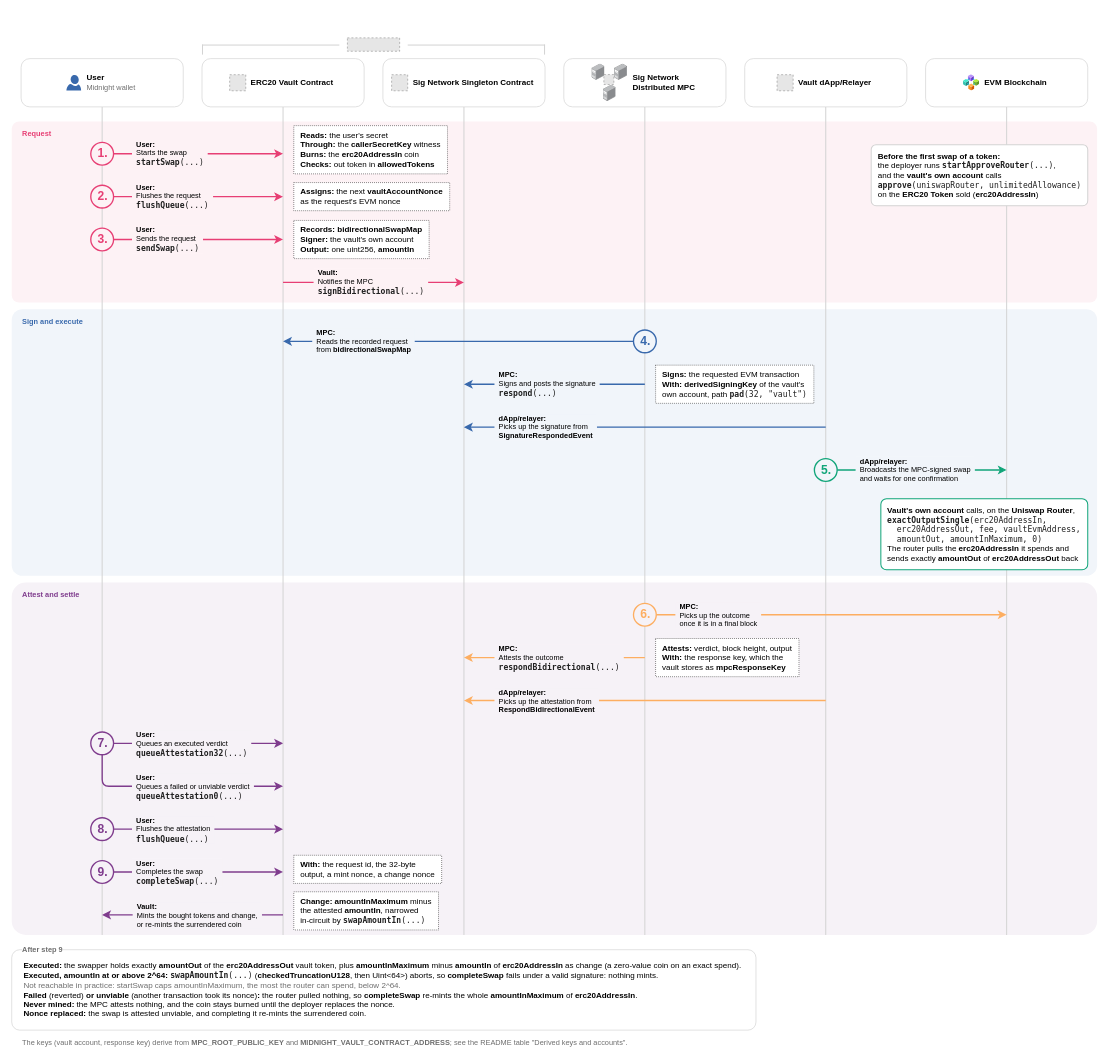
This is examples/erc20-vault/docs/swap/swap.drawio from sig-net/midnight-examples, a draw.io file, before an edit. Source tidied: cells renumbered, new cells numbered last; positions are measured from the earlier drawing's top-left corner, leaving out a move shared by most shapes. Both pictures are drawn from the tidied source at 67%, with x=0, y=0 at pixel (11, 38). Pictures stored in the file or linked from it are replaced by grey dashed boxes.
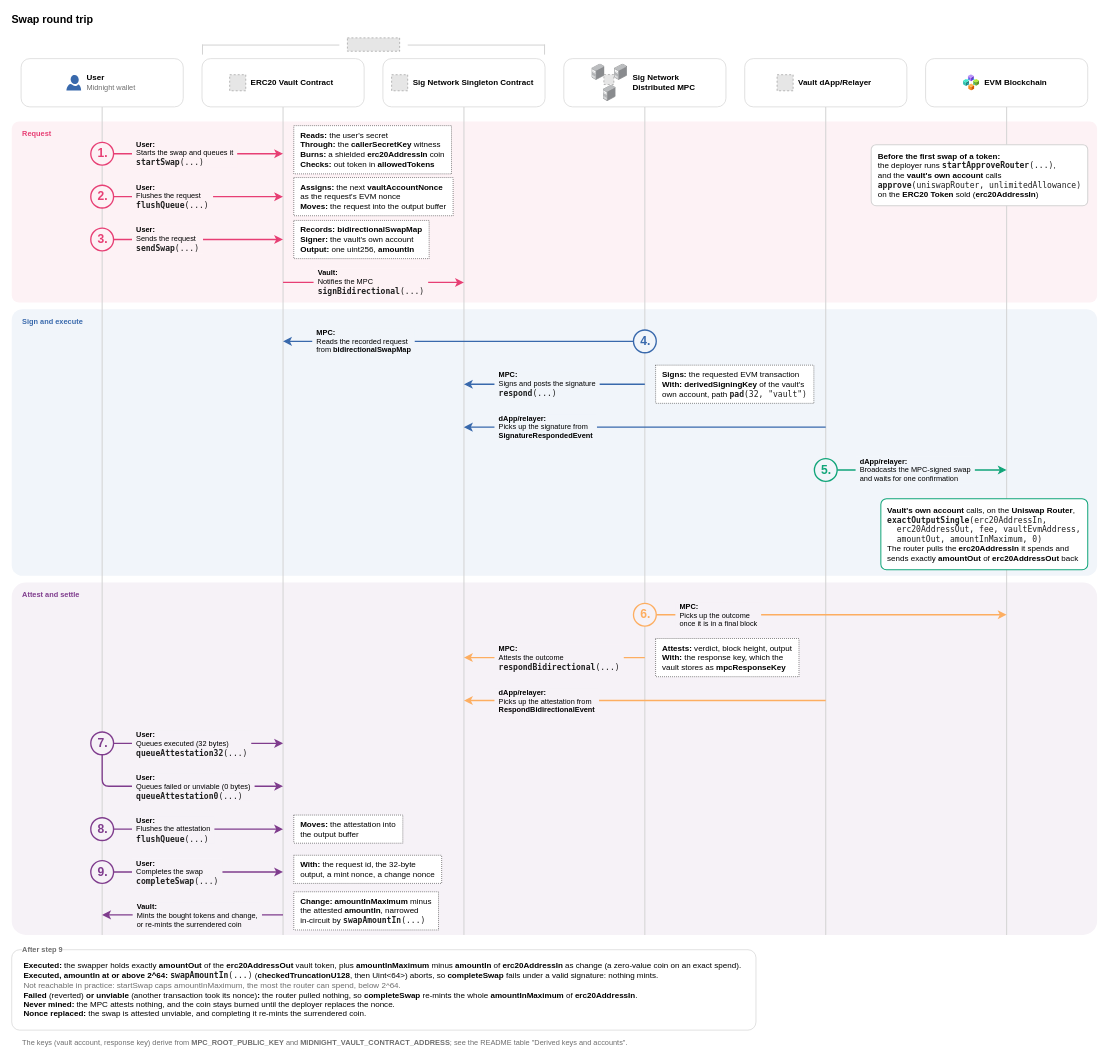
The same page after the edit.

Unchanged cells that the change refers to:
```xml
<mxCell id="51" style="exitX=1;exitY=0.50000;exitDx=0;exitDy=0;entryX=0.5;entryY=0.05663;entryDx=0;entryDy=0;html=1;strokeColor=#E73F74;rounded=1;arcSize=20;strokeWidth=2;exitPerimeter=0;entryPerimeter=0;endSize=7;" parent="1" edge="1" source="84" target="13">
  <mxGeometry relative="1" as="geometry" />
</mxCell>
<mxCell id="73" style="exitX=1;exitY=0.50000;exitDx=0;exitDy=0;entryX=0.5;entryY=0.76861;entryDx=0;entryDy=0;html=1;strokeColor=#7F3C8D;rounded=1;arcSize=20;strokeWidth=2;exitPerimeter=0;entryPerimeter=0;endSize=7;" parent="1" edge="1" source="91" target="13">
  <mxGeometry relative="1" as="geometry" />
</mxCell>
<mxCell id="75" style="exitX=0.5;exitY=1;exitDx=0;exitDy=0;entryX=0.5;entryY=0.82039;entryDx=0;entryDy=0;html=1;strokeColor=#7F3C8D;rounded=1;arcSize=20;strokeWidth=2;exitPerimeter=0;entryPerimeter=0;endSize=7;" parent="1" edge="1" source="91" target="13">
  <mxGeometry relative="1" as="geometry">
    <Array as="points">
      <mxPoint x="135" y="1117" />
    </Array>
  </mxGeometry>
</mxCell>
```

Change to the diagram source:
```diff
@@
+    <mxCell id="94" value="Swap round trip" style="text;html=1;fontStyle=1;fontSize=16;align=left;verticalAlign=middle;spacing=0;" parent="1" vertex="1">
+      <mxGeometry y="-39" width="129.7" height="24" as="geometry" />
+    </mxCell>
@@
-    <mxCell id="41" value="&lt;b&gt;Reads:&lt;/b&gt; the user's secret&lt;br&gt;&lt;b&gt;Through:&lt;/b&gt; the &lt;b&gt;callerSecretKey&lt;/b&gt; witness&lt;br&gt;&lt;b&gt;Burns:&lt;/b&gt; the &lt;b&gt;erc20AddressIn&lt;/b&gt; coin&lt;br&gt;&lt;b&gt;Checks:&lt;/b&gt; out token in &lt;b&gt;allowedTokens&lt;/b&gt;" style="text;whiteSpace=wrap;html=1;horizontal=1;verticalAlign=middle;align=left;spacing=0;spacingLeft=10;spacingRight=6;dashed=1;dashPattern=1 2;strokeColor=default;fillColor=#FFFFFF;" parent="1" vertex="1">
-      <mxGeometry x="421" y="131" width="229.4" height="72" as="geometry" />
-    </mxCell>
-    <mxCell id="42" value="&lt;b&gt;Assigns:&lt;/b&gt; the next &lt;b&gt;vaultAccountNonce&lt;/b&gt;&lt;br&gt;as the request's EVM nonce" style="text;whiteSpace=wrap;html=1;horizontal=1;verticalAlign=middle;align=left;spacing=0;spacingLeft=10;spacingRight=6;dashed=1;dashPattern=1 2;strokeColor=default;fillColor=#FFFFFF;" parent="1" vertex="1">
-      <mxGeometry x="421" y="216" width="232.7" height="42" as="geometry" />
-    </mxCell>
+    <mxCell id="95" value="&lt;b&gt;Reads:&lt;/b&gt; the user's secret&lt;br&gt;&lt;b&gt;Through:&lt;/b&gt; the &lt;b&gt;callerSecretKey&lt;/b&gt; witness&lt;br&gt;&lt;b&gt;Burns:&lt;/b&gt; a shielded &lt;b&gt;erc20AddressIn&lt;/b&gt; coin&lt;br&gt;&lt;b&gt;Checks:&lt;/b&gt; out token in &lt;b&gt;allowedTokens&lt;/b&gt;" style="text;whiteSpace=wrap;html=1;horizontal=1;verticalAlign=middle;align=left;spacing=0;spacingLeft=10;spacingRight=6;dashed=1;dashPattern=1 2;strokeColor=default;fillColor=#FFFFFF;" parent="1" vertex="1">
+      <mxGeometry x="421" y="131" width="235.4" height="72" as="geometry" />
+    </mxCell>
+    <mxCell id="96" value="&lt;b&gt;Assigns:&lt;/b&gt; the next &lt;b&gt;vaultAccountNonce&lt;/b&gt;&lt;br&gt;as the request's EVM nonce&lt;br&gt;&lt;b&gt;Moves:&lt;/b&gt; the request into the output buffer" style="text;whiteSpace=wrap;html=1;horizontal=1;verticalAlign=middle;align=left;spacing=0;spacingLeft=10;spacingRight=6;dashed=1;dashPattern=1 2;strokeColor=default;fillColor=#FFFFFF;" parent="1" vertex="1">
+      <mxGeometry x="421" y="208.5" width="237.8" height="57" as="geometry" />
+    </mxCell>
@@
+    <mxCell id="97" value="&lt;b&gt;Moves:&lt;/b&gt; the attestation into&lt;br&gt;the output buffer" style="text;whiteSpace=wrap;html=1;horizontal=1;verticalAlign=middle;align=left;spacing=0;spacingLeft=10;spacingRight=6;dashed=1;dashPattern=1 2;strokeColor=default;fillColor=#FFFFFF;" parent="1" vertex="1">
+      <mxGeometry x="421" y="1160" width="162.7" height="42" as="geometry" />
+    </mxCell>
@@
-    <mxCell id="52" value="&amp;nbsp;&amp;nbsp;&lt;b&gt;User:&lt;/b&gt;&amp;nbsp;&amp;nbsp;&lt;br&gt;&amp;nbsp;&amp;nbsp;Starts the swap&amp;nbsp;&amp;nbsp;&lt;br&gt;&amp;nbsp;&amp;nbsp;&lt;span style=&quot;font-family: Menlo, Monaco, 'Courier New', monospace; font-size: 12px; color: rgb(32, 32, 32);&quot;&gt;&lt;b&gt;startSwap&lt;/b&gt;(...)&lt;/span&gt;&amp;nbsp;&amp;nbsp;" style="edgeLabel;html=1;align=left;verticalAlign=middle;labelBackgroundColor=#FDF2F5;spacing=0;" parent="51" vertex="1">
+    <mxCell id="52" value="&amp;nbsp;&amp;nbsp;&lt;b&gt;User:&lt;/b&gt;&amp;nbsp;&amp;nbsp;&lt;br&gt;&amp;nbsp;&amp;nbsp;Starts the swap and queues it&amp;nbsp;&amp;nbsp;&lt;br&gt;&amp;nbsp;&amp;nbsp;&lt;span style=&quot;font-family: Menlo, Monaco, 'Courier New', monospace; font-size: 12px; color: rgb(32, 32, 32);&quot;&gt;&lt;b&gt;startSwap&lt;/b&gt;(...)&lt;/span&gt;&amp;nbsp;&amp;nbsp;" style="edgeLabel;html=1;align=left;verticalAlign=middle;labelBackgroundColor=#FDF2F5;spacing=0;" parent="51" vertex="1">
       <mxGeometry x="-0.78" relative="1" as="geometry" />
     </mxCell>
@@
-    <mxCell id="74" value="&amp;nbsp;&amp;nbsp;&lt;b&gt;User:&lt;/b&gt;&amp;nbsp;&amp;nbsp;&lt;br&gt;&amp;nbsp;&amp;nbsp;Queues an executed verdict&amp;nbsp;&amp;nbsp;&lt;br&gt;&amp;nbsp;&amp;nbsp;&lt;span style=&quot;font-family: Menlo, Monaco, 'Courier New', monospace; font-size: 12px; color: rgb(32, 32, 32);&quot;&gt;&lt;b&gt;queueAttestation32&lt;/b&gt;(...)&lt;/span&gt;&amp;nbsp;&amp;nbsp;" style="edgeLabel;html=1;align=left;verticalAlign=middle;labelBackgroundColor=#F6F2F7;spacing=0;" parent="73" vertex="1">
+    <mxCell id="74" value="&amp;nbsp;&amp;nbsp;&lt;b&gt;User:&lt;/b&gt;&amp;nbsp;&amp;nbsp;&lt;br&gt;&amp;nbsp;&amp;nbsp;Queues executed (32 bytes)&amp;nbsp;&amp;nbsp;&lt;br&gt;&amp;nbsp;&amp;nbsp;&lt;span style=&quot;font-family: Menlo, Monaco, 'Courier New', monospace; font-size: 12px; color: rgb(32, 32, 32);&quot;&gt;&lt;b&gt;queueAttestation32&lt;/b&gt;(...)&lt;/span&gt;&amp;nbsp;&amp;nbsp;" style="edgeLabel;html=1;align=left;verticalAlign=middle;labelBackgroundColor=#F6F2F7;spacing=0;" parent="73" vertex="1">
       <mxGeometry x="-0.78" relative="1" as="geometry" />
     </mxCell>
@@
-    <mxCell id="76" value="&amp;nbsp;&amp;nbsp;&lt;b&gt;User:&lt;/b&gt;&amp;nbsp;&amp;nbsp;&lt;br&gt;&amp;nbsp;&amp;nbsp;Queues a failed or unviable verdict&amp;nbsp;&amp;nbsp;&lt;br&gt;&amp;nbsp;&amp;nbsp;&lt;span style=&quot;font-family: Menlo, Monaco, 'Courier New', monospace; font-size: 12px; color: rgb(32, 32, 32);&quot;&gt;&lt;b&gt;queueAttestation0&lt;/b&gt;(...)&lt;/span&gt;&amp;nbsp;&amp;nbsp;" style="edgeLabel;html=1;align=left;verticalAlign=middle;labelBackgroundColor=#F6F2F7;spacing=0;" parent="75" vertex="1">
+    <mxCell id="76" value="&amp;nbsp;&amp;nbsp;&lt;b&gt;User:&lt;/b&gt;&amp;nbsp;&amp;nbsp;&lt;br&gt;&amp;nbsp;&amp;nbsp;Queues failed or unviable (0 bytes)&amp;nbsp;&amp;nbsp;&lt;br&gt;&amp;nbsp;&amp;nbsp;&lt;span style=&quot;font-family: Menlo, Monaco, 'Courier New', monospace; font-size: 12px; color: rgb(32, 32, 32);&quot;&gt;&lt;b&gt;queueAttestation0&lt;/b&gt;(...)&lt;/span&gt;&amp;nbsp;&amp;nbsp;" style="edgeLabel;html=1;align=left;verticalAlign=middle;labelBackgroundColor=#F6F2F7;spacing=0;" parent="75" vertex="1">
       <mxGeometry x="-0.42" relative="1" as="geometry" />
     </mxCell>
```
